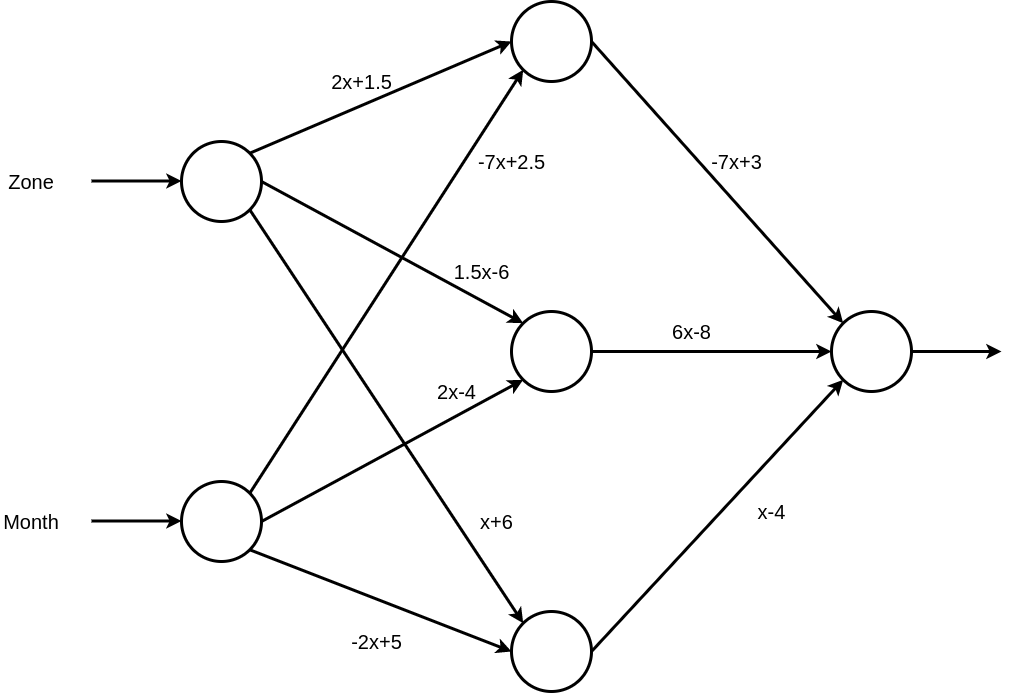
will-leeson/CS1010 keeps this draw.io diagram as materials/Assignments/midterm/network.png. Above is the earlier version. Source tidied: cells renumbered, new cells last; positions are measured from the earlier drawing's top-left corner, leaving out a move shared by most shapes.
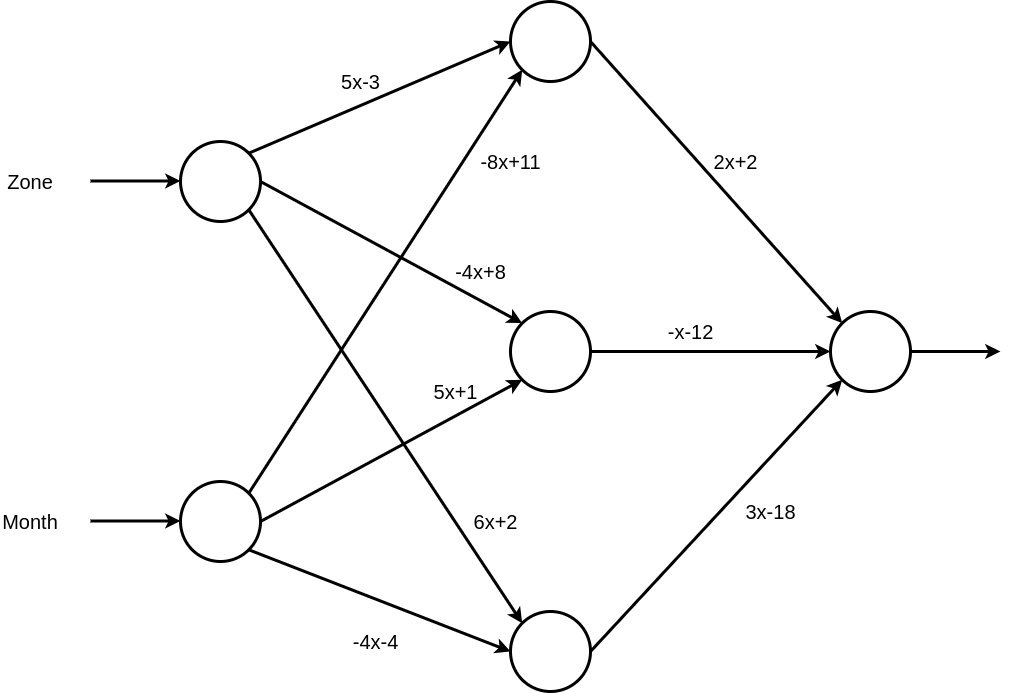
Later version of the same file.

Diff of the diagram source:
```diff
@@ -71,32 +71,32 @@
     <mxCell id="20" value="Month" style="text;html=1;strokeColor=none;fillColor=none;align=center;verticalAlign=middle;whiteSpace=wrap;rounded=0;strokeWidth=3;fontSize=20;" parent="1" vertex="1">
       <mxGeometry y="505" width="60" height="30" as="geometry" />
     </mxCell>
-    <mxCell id="21" value="2x+1.5" style="text;html=1;align=center;verticalAlign=middle;strokeColor=none;fillColor=none;fontSize=20;" parent="1" vertex="1">
-      <mxGeometry x="320" y="60" width="80" height="40" as="geometry" />
+    <mxCell id="21" value="5x-3" style="text;html=1;align=center;verticalAlign=middle;strokeColor=none;fillColor=none;fontSize=20;" parent="1" vertex="1">
+      <mxGeometry x="330" y="60" width="60" height="40" as="geometry" />
     </mxCell>
-    <mxCell id="22" value="-7x+2.5" style="text;html=1;align=center;verticalAlign=middle;strokeColor=none;fillColor=none;fontSize=20;" parent="1" vertex="1">
-      <mxGeometry x="465" y="140" width="90" height="40" as="geometry" />
+    <mxCell id="22" value="-8x+11" style="text;html=1;align=center;verticalAlign=middle;strokeColor=none;fillColor=none;fontSize=20;" parent="1" vertex="1">
+      <mxGeometry x="470" y="140" width="80" height="40" as="geometry" />
     </mxCell>
-    <mxCell id="23" value="1.5x-6" style="text;html=1;align=center;verticalAlign=middle;strokeColor=none;fillColor=none;fontSize=20;" parent="1" vertex="1">
-      <mxGeometry x="440" y="250" width="80" height="40" as="geometry" />
+    <mxCell id="23" value="-4x+8" style="text;html=1;align=center;verticalAlign=middle;strokeColor=none;fillColor=none;fontSize=20;" parent="1" vertex="1">
+      <mxGeometry x="445" y="250" width="70" height="40" as="geometry" />
     </mxCell>
-    <mxCell id="24" value="2x-4" style="text;html=1;align=center;verticalAlign=middle;strokeColor=none;fillColor=none;fontSize=20;" parent="1" vertex="1">
-      <mxGeometry x="425" y="370" width="60" height="40" as="geometry" />
+    <mxCell id="24" value="5x+1" style="text;html=1;align=center;verticalAlign=middle;strokeColor=none;fillColor=none;fontSize=20;" parent="1" vertex="1">
+      <mxGeometry x="420" y="370" width="70" height="40" as="geometry" />
     </mxCell>
-    <mxCell id="25" value="x+6" style="text;html=1;align=center;verticalAlign=middle;strokeColor=none;fillColor=none;fontSize=20;" parent="1" vertex="1">
-      <mxGeometry x="465" y="500" width="60" height="40" as="geometry" />
+    <mxCell id="25" value="6x+2" style="text;html=1;align=center;verticalAlign=middle;strokeColor=none;fillColor=none;fontSize=20;" parent="1" vertex="1">
+      <mxGeometry x="460" y="500" width="70" height="40" as="geometry" />
     </mxCell>
-    <mxCell id="26" value="-2x+5" style="text;html=1;align=center;verticalAlign=middle;strokeColor=none;fillColor=none;fontSize=20;strokeWidth=3;" parent="1" vertex="1">
+    <mxCell id="26" value="-4x-4" style="text;html=1;align=center;verticalAlign=middle;strokeColor=none;fillColor=none;fontSize=20;strokeWidth=3;" parent="1" vertex="1">
       <mxGeometry x="340" y="620" width="70" height="40" as="geometry" />
     </mxCell>
-    <mxCell id="27" value="-7x+3" style="text;html=1;align=center;verticalAlign=middle;strokeColor=none;fillColor=none;fontSize=20;" parent="1" vertex="1">
+    <mxCell id="27" value="2x+2" style="text;html=1;align=center;verticalAlign=middle;strokeColor=none;fillColor=none;fontSize=20;" parent="1" vertex="1">
       <mxGeometry x="700" y="140" width="70" height="40" as="geometry" />
     </mxCell>
-    <mxCell id="28" value="6x-8" style="text;html=1;align=center;verticalAlign=middle;strokeColor=none;fillColor=none;fontSize=20;" parent="1" vertex="1">
-      <mxGeometry x="660" y="310" width="60" height="40" as="geometry" />
+    <mxCell id="28" value="-x-12" style="text;html=1;align=center;verticalAlign=middle;strokeColor=none;fillColor=none;fontSize=20;" parent="1" vertex="1">
+      <mxGeometry x="655" y="310" width="70" height="40" as="geometry" />
     </mxCell>
-    <mxCell id="29" value="x-4" style="text;html=1;align=center;verticalAlign=middle;strokeColor=none;fillColor=none;fontSize=20;" parent="1" vertex="1">
-      <mxGeometry x="745" y="490" width="50" height="40" as="geometry" />
+    <mxCell id="29" value="3x-18" style="text;html=1;align=center;verticalAlign=middle;strokeColor=none;fillColor=none;fontSize=20;" parent="1" vertex="1">
+      <mxGeometry x="735" y="490" width="70" height="40" as="geometry" />
     </mxCell>
     <mxCell id="30" style="endArrow=classic;html=1;rounded=0;strokeWidth=3;" parent="1" edge="1">
       <mxGeometry relative="1" as="geometry">
```
